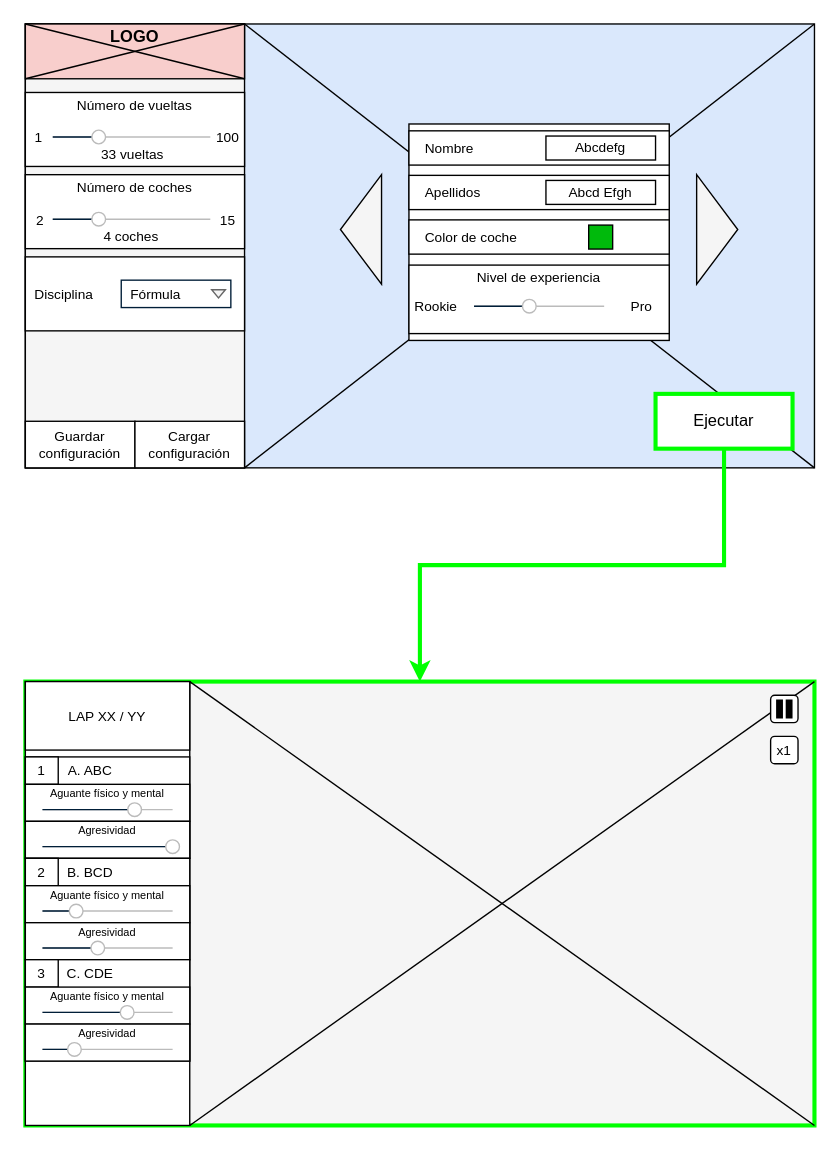
This is page "Nav-Diagram" (8 of 9) of diagramas/grafo-sistema.drawio from amt911/TFG-Documento, a draw.io file, before an edit. Source tidied: cells renumbered, new cells numbered last; positions are measured from the earlier drawing's top-left corner, leaving out a move shared by most shapes. Both pictures are drawn from the tidied source at 137%, with x=0, y=0 at pixel (25, 23).
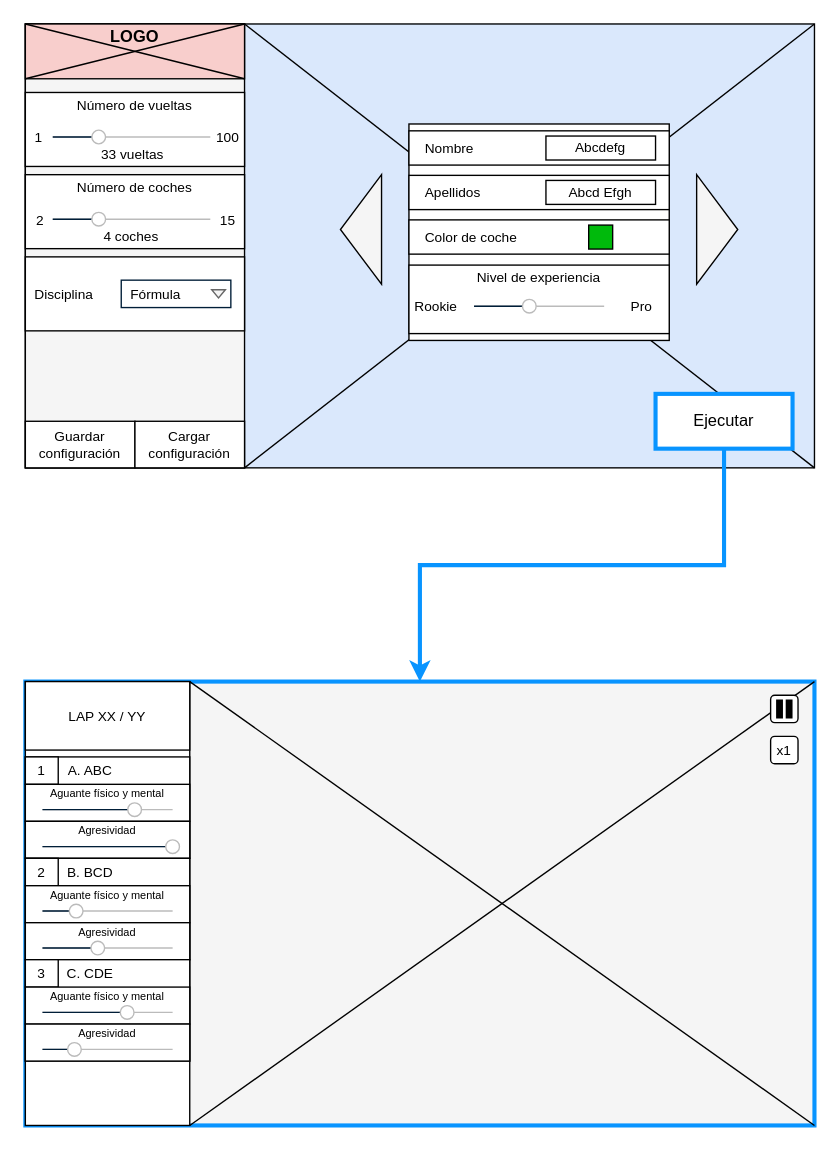
Above is the later version.

The change refers to these unchanged cells:
```xml
<mxCell id="2" style="group;" parent="1" vertex="1">
  <mxGeometry y="480" width="576" height="324" as="geometry" />
</mxCell>
<mxCell id="32" style="group;strokeColor=none;" parent="1" vertex="1">
  <mxGeometry width="576" height="324" as="geometry" />
</mxCell>
```

The edit, as a diff of the source:
```diff
@@
-    <mxCell id="3" style="rounded=0;whiteSpace=wrap;html=1;fontSize=10;fillColor=#f5f5f5;fontColor=#333333;strokeColor=#00FF00;strokeWidth=3;" parent="2" vertex="1">
+    <mxCell id="3" style="rounded=0;whiteSpace=wrap;html=1;fontSize=10;fillColor=#f5f5f5;fontColor=#333333;strokeColor=#0894FF;strokeWidth=3;" parent="2" vertex="1">
       <mxGeometry width="576" height="324" as="geometry" />
     </mxCell>
@@
-    <mxCell id="40" value="Ejecutar" style="rounded=0;whiteSpace=wrap;html=1;strokeColor=#00FF00;strokeWidth=3;" parent="32" vertex="1">
+    <mxCell id="40" value="Ejecutar" style="rounded=0;whiteSpace=wrap;html=1;strokeColor=#0894FF;strokeWidth=3;" parent="32" vertex="1">
       <mxGeometry x="460" y="270" width="100" height="40" as="geometry" />
     </mxCell>
@@
-    <mxCell id="71" style="edgeStyle=orthogonalEdgeStyle;rounded=0;jettySize=auto;html=1;entryX=0.5;entryY=0;entryDx=0;entryDy=0;strokeWidth=3;strokeColor=#00FF00;" parent="1" edge="1" source="40" target="3">
+    <mxCell id="71" style="edgeStyle=orthogonalEdgeStyle;rounded=0;jettySize=auto;html=1;entryX=0.5;entryY=0;entryDx=0;entryDy=0;strokeWidth=3;strokeColor=#0894FF;" parent="1" edge="1" source="40" target="3">
       <mxGeometry relative="1" as="geometry" />
     </mxCell>
```
